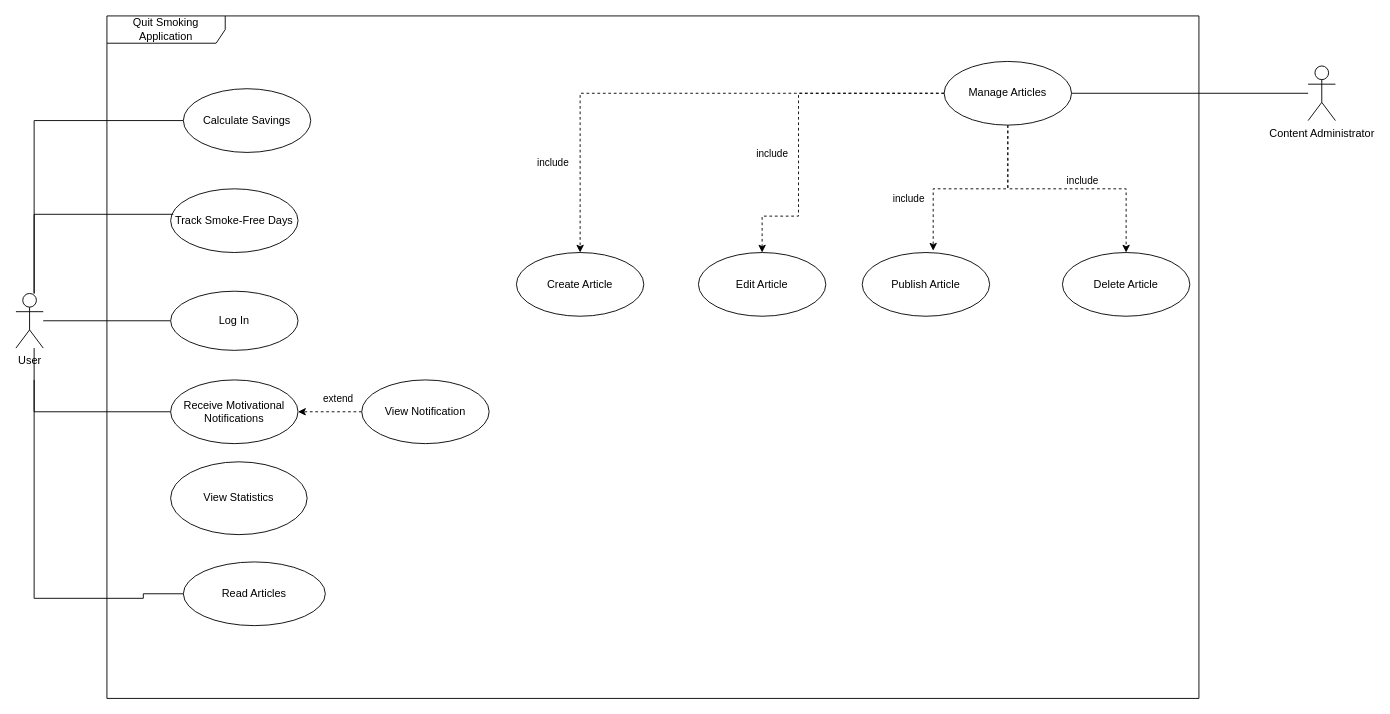
The draw.io diagram Use Case/Quit Smoking Application – Use Case Diagram.drawio in Vladislav-Aksenov/vladislav-system-analyst-portfolio, before the edit. Source tidied: cells renumbered, new cells numbered last; positions are measured from the earlier drawing's top-left corner, leaving out a move shared by most shapes. Both pictures are drawn from the tidied source at 91%, with x=0, y=0 at pixel (15, 15).
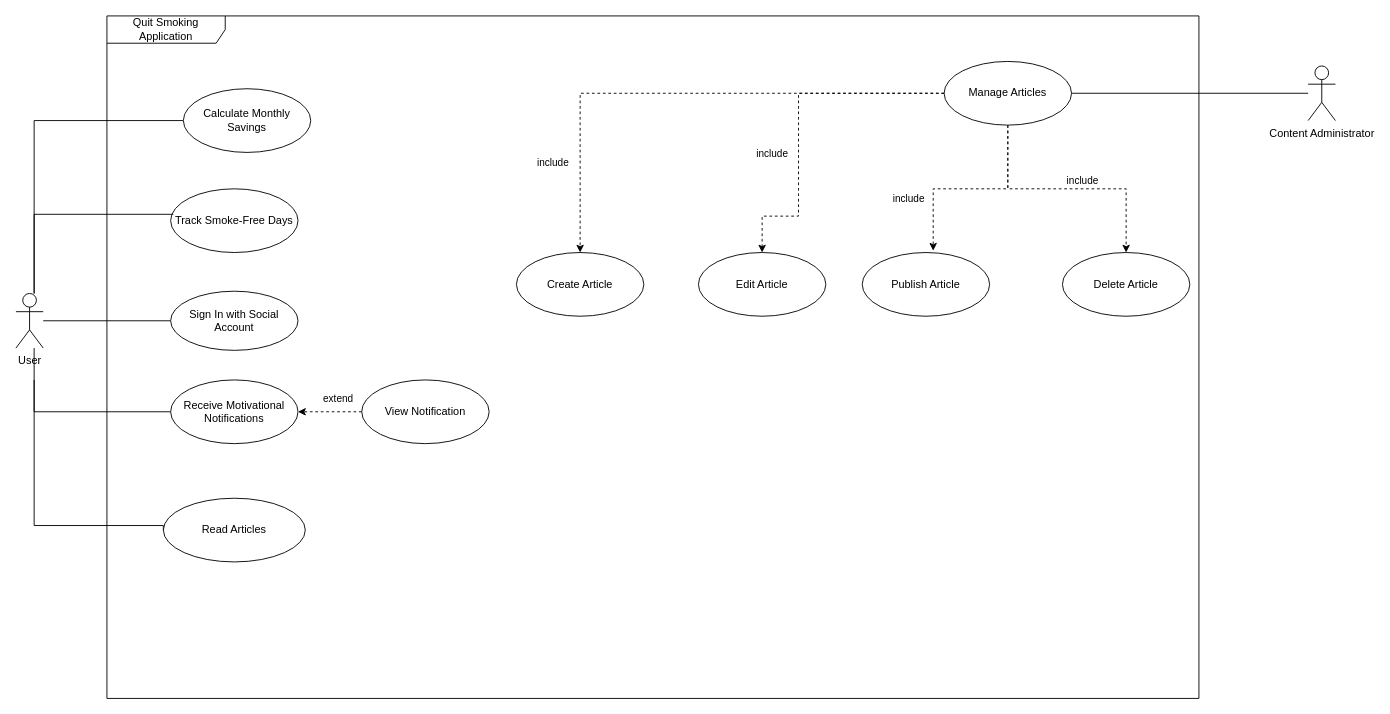
The same diagram, later.

What changed in the source:
```diff
@@
     <mxCell id="4" style="edgeStyle=orthogonalEdgeStyle;rounded=0;jettySize=auto;html=1;entryX=0;entryY=0.5;entryDx=0;entryDy=0;endArrow=none;endFill=0;" parent="1" edge="1" target="11">
       <mxGeometry relative="1" as="geometry">
         <mxPoint x="20" y="400" as="sourcePoint" />
         <Array as="points">
-          <mxPoint x="20" y="640" />
-          <mxPoint x="140" y="640" />
-          <mxPoint x="140" y="635" />
+          <mxPoint x="20" y="560" />
+          <mxPoint x="162" y="560" />
         </Array>
       </mxGeometry>
     </mxCell>
@@
-    <mxCell id="8" value="Log In" style="ellipse;whiteSpace=wrap;html=1;" parent="1" vertex="1">
+    <mxCell id="8" value="Sign In with Social Account" style="ellipse;whiteSpace=wrap;html=1;" parent="1" vertex="1">
       <mxGeometry x="170" y="302.5" width="140" height="65" as="geometry" />
     </mxCell>
@@
     <mxCell id="11" value="Read Articles" style="ellipse;whiteSpace=wrap;html=1;" parent="1" vertex="1">
-      <mxGeometry x="184" y="600" width="156" height="70" as="geometry" />
+      <mxGeometry x="162" y="530" width="156" height="70" as="geometry" />
     </mxCell>
-    <mxCell id="12" value="Calculate Savings" style="ellipse;whiteSpace=wrap;html=1;" parent="1" vertex="1">
+    <mxCell id="12" value="Calculate Monthly Savings" style="ellipse;whiteSpace=wrap;html=1;" parent="1" vertex="1">
       <mxGeometry x="184" y="80" width="140" height="70" as="geometry" />
     </mxCell>
@@
-    <mxCell id="28" value="View Statistics" style="ellipse;whiteSpace=wrap;html=1;shapeInside=1;" parent="1" vertex="1">
-      <mxGeometry x="170" y="490" width="150" height="80" as="geometry" />
-    </mxCell>
```
